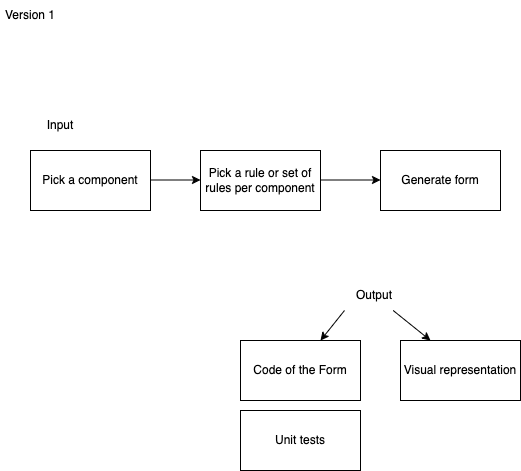
Above: FlexiDiagram.drawio.png in anisa07/flexi-app (draw.io), before the change. Source tidied: cells renumbered, new cells last; positions are measured from the earlier drawing's top-left corner, leaving out a move shared by most shapes.
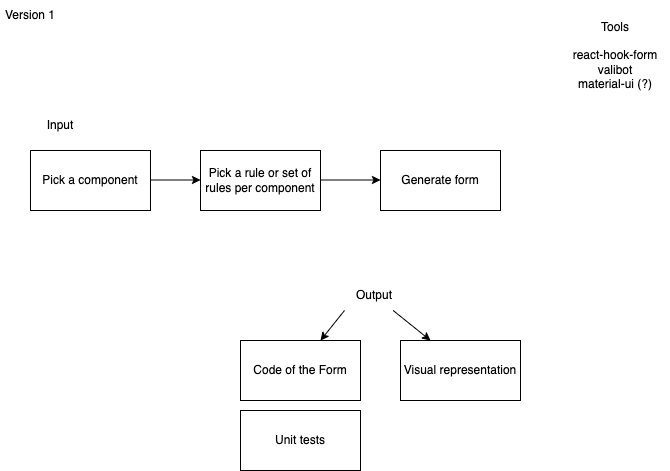
After the commit.

What changed in the source:
```diff
@@ -49,5 +49,8 @@
     <mxCell id="14" value="Unit tests" style="rounded=0;whiteSpace=wrap;html=1;" parent="1" vertex="1">
       <mxGeometry x="240" y="410" width="120" height="60" as="geometry" />
     </mxCell>
+    <mxCell id="15" value="Tools&lt;br&gt;&lt;br&gt;react-hook-form&lt;br&gt;valibot&lt;br&gt;material-ui (?)" style="text;html=1;strokeColor=none;fillColor=none;align=center;verticalAlign=middle;whiteSpace=wrap;rounded=0;" parent="1" vertex="1">
+      <mxGeometry x="560" width="110" height="110" as="geometry" />
+    </mxCell>
   </root>
 </mxGraphModel>
```
